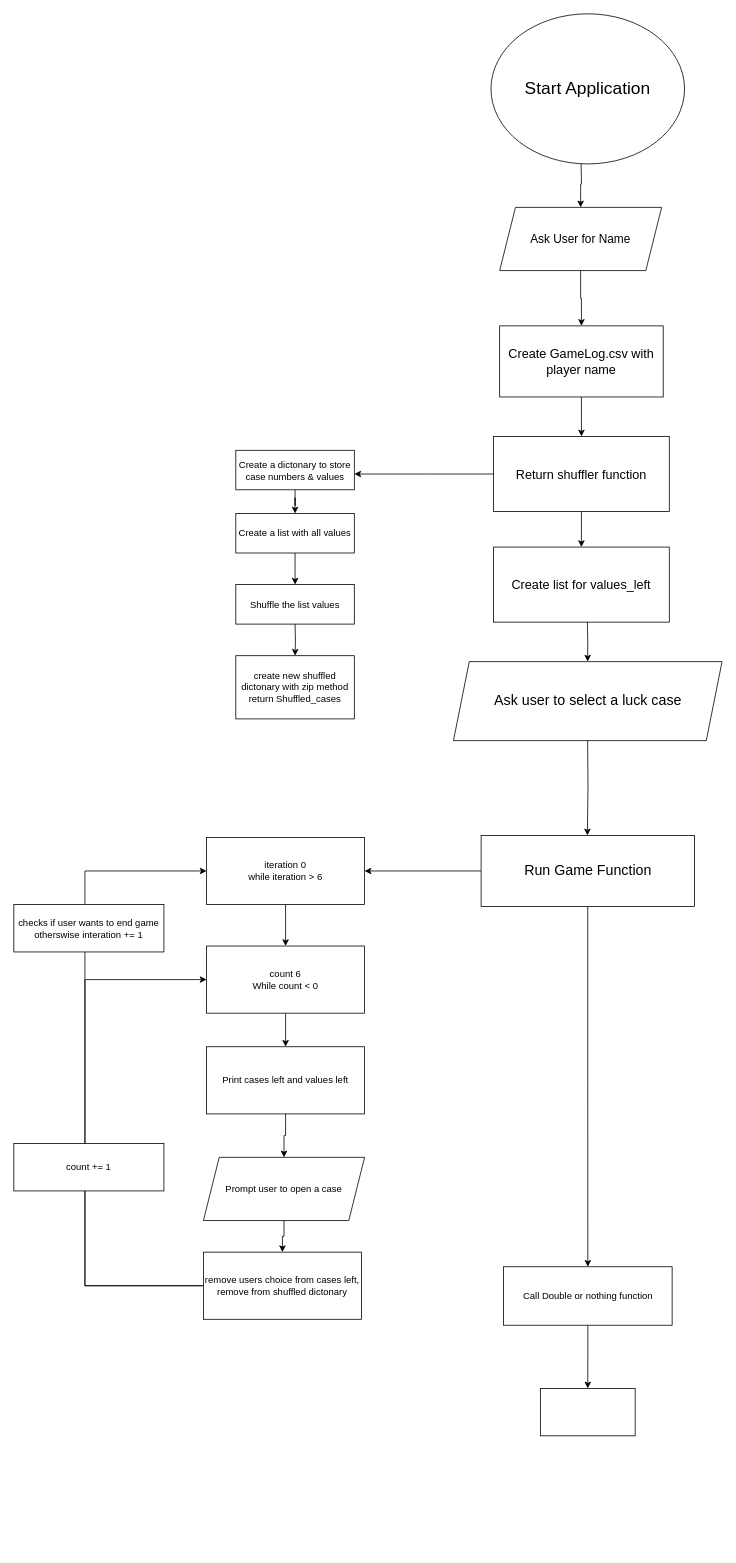
Above: flowchart/DealornoDeal2.0.drawio in BenDavies1218/Terminal_Application (draw.io), before the change. Source tidied: cells renumbered, new cells numbered last; positions are measured from the earlier drawing's top-left corner, leaving out a move shared by most shapes. Both pictures are drawn from the tidied source at 79%, with x=0, y=0 at pixel (13, 13).
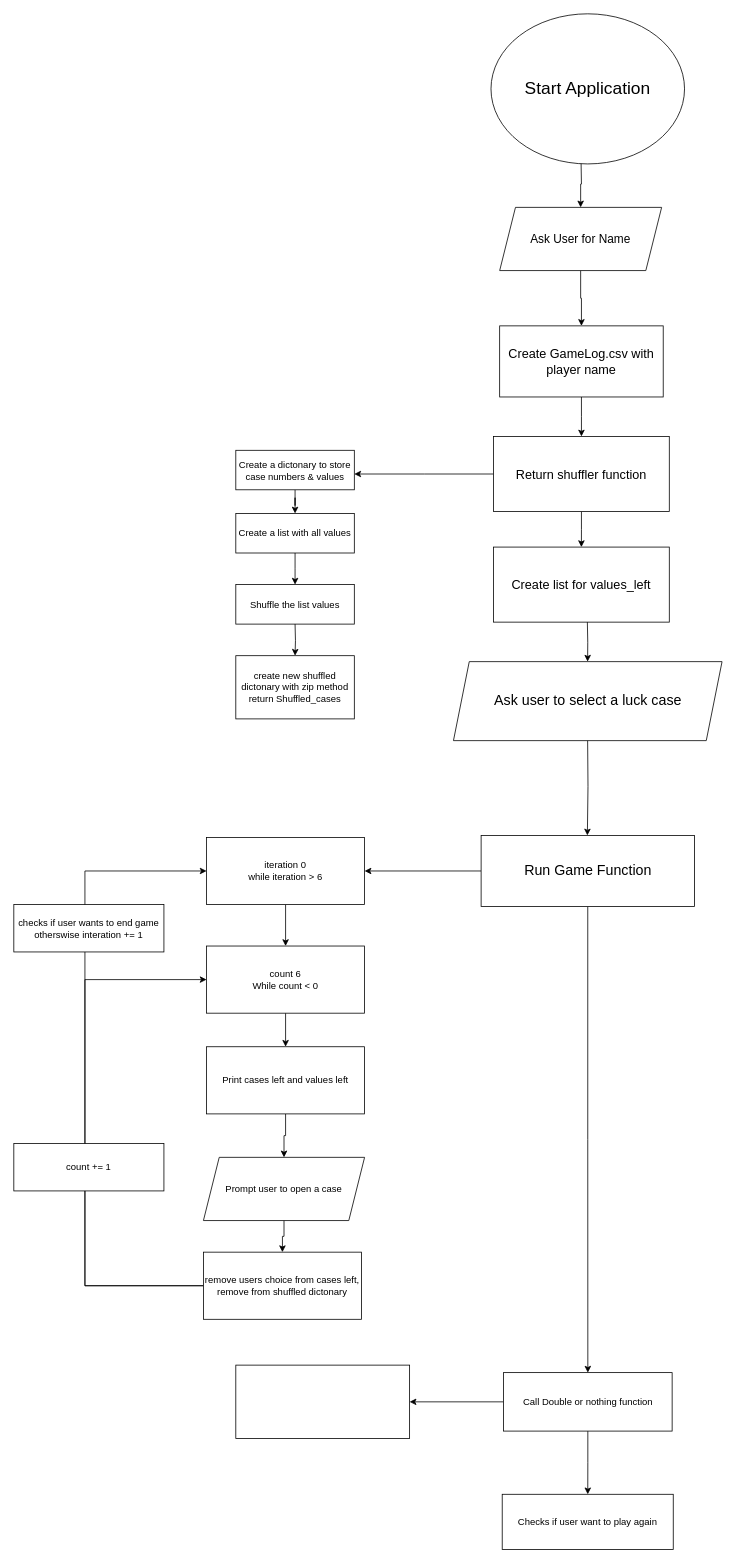
The same page after the edit.

Diff of the diagram source:
```diff
@@
+    <mxCell id="42" style="edgeStyle=orthogonalEdgeStyle;rounded=0;jettySize=auto;html=1;" parent="1" edge="1" source="40" target="43">
+      <mxGeometry relative="1" as="geometry" />
+    </mxCell>
     <mxCell id="40" value="Call Double or nothing function" style="rounded=0;whiteSpace=wrap;html=1;" parent="1" vertex="1">
-      <mxGeometry x="619.8" y="1586" width="213.5" height="74" as="geometry" />
+      <mxGeometry x="619.8" y="1720" width="213.5" height="74" as="geometry" />
     </mxCell>
-    <mxCell id="41" style="rounded=0;whiteSpace=wrap;html=1;" parent="1" vertex="1">
-      <mxGeometry x="666.5" y="1740" width="120" height="60" as="geometry" />
+    <mxCell id="41" value="Checks if user want to play again" style="rounded=0;whiteSpace=wrap;html=1;" parent="1" vertex="1">
+      <mxGeometry x="618.2" y="1874" width="216.5" height="70" as="geometry" />
     </mxCell>
+    <mxCell id="43" style="rounded=0;whiteSpace=wrap;html=1;" parent="1" vertex="1">
+      <mxGeometry x="281" y="1710.5" width="220" height="93" as="geometry" />
+    </mxCell>
```
